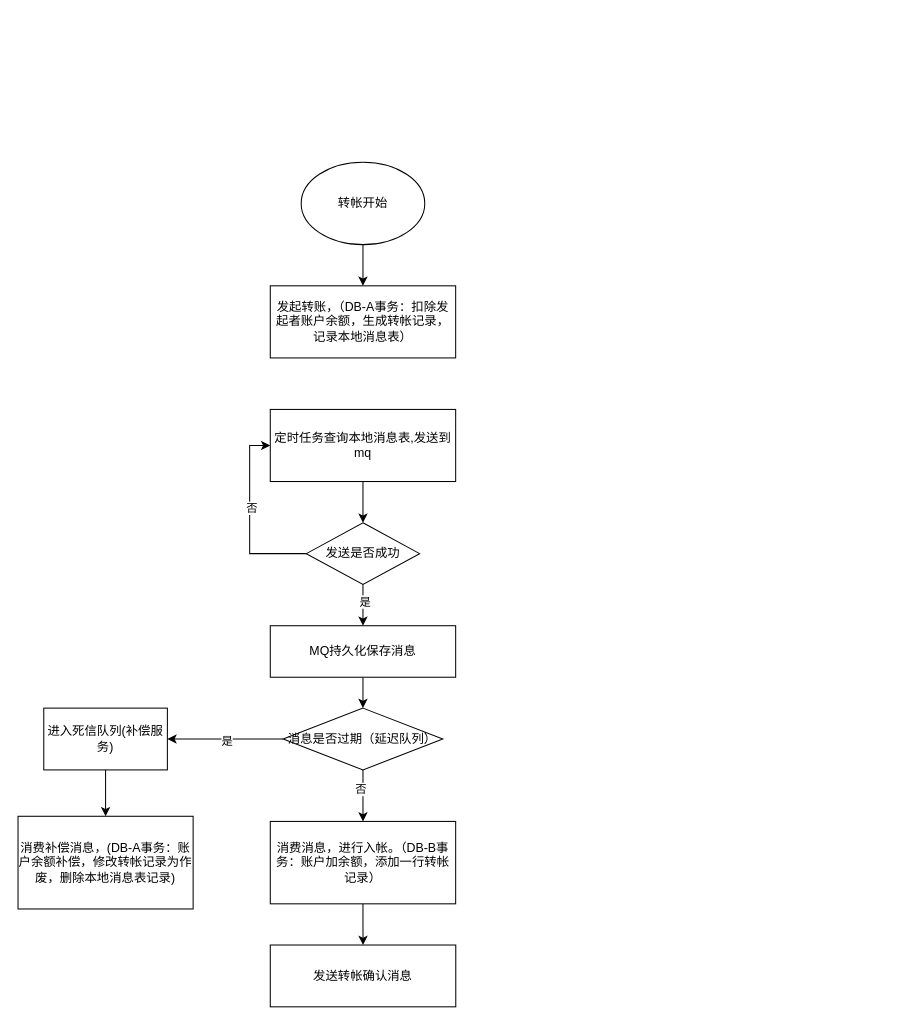
This is transfer-v2-跨数据库.drawio from liepig1223/drawio, a draw.io file, before an edit. Source tidied: cells renumbered, new cells numbered last; positions are measured from the earlier drawing's top-left corner, leaving out a move shared by most shapes. Both pictures are drawn from the tidied source at 103%, with x=0, y=0 at pixel (18, 162).
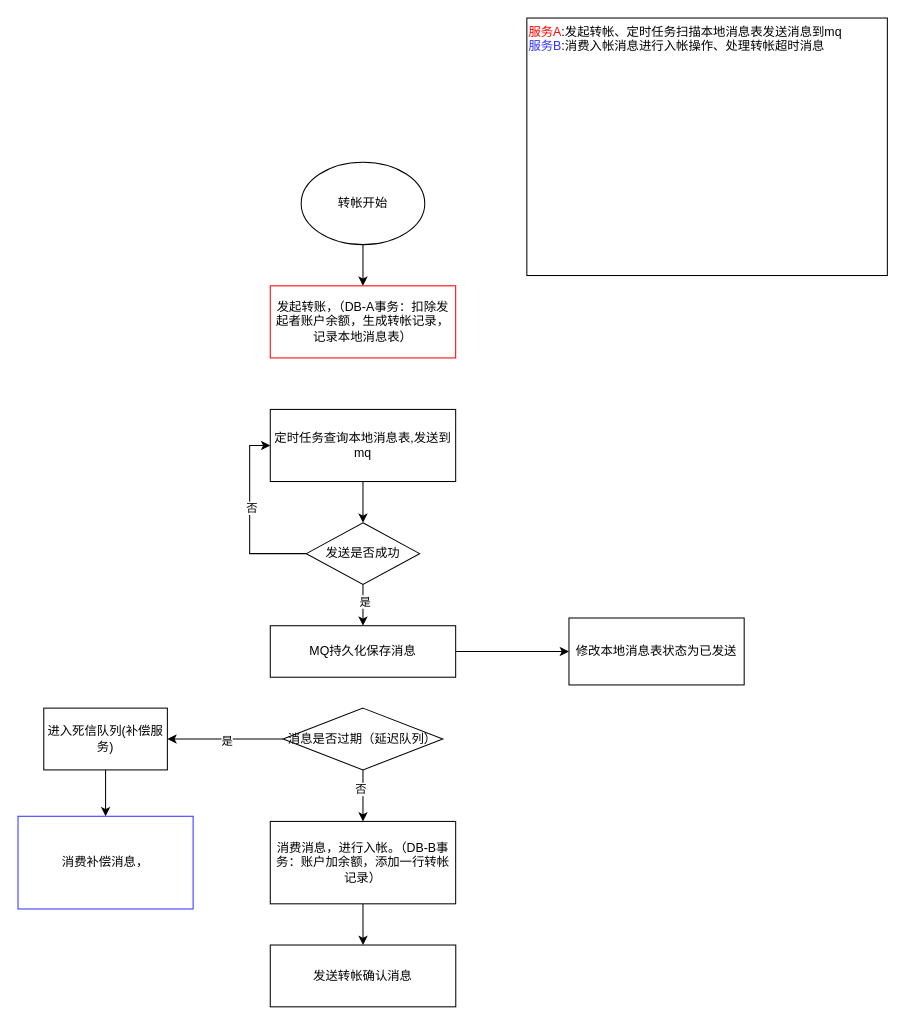
After the change.

Commit message:
更新transfer-v2-跨数据库.drawio

The change refers to these unchanged cells:
```xml
<mxCell id="13" value="MQ持久化保存消息" style="rounded=0;whiteSpace=wrap;html=1;" parent="1" vertex="1">
  <mxGeometry x="244.9" y="450" width="180" height="50" as="geometry" />
</mxCell>
<mxCell id="18" value="消息是否过期（延迟队列）" style="rhombus;whiteSpace=wrap;html=1;" parent="1" vertex="1">
  <mxGeometry x="257.4" y="530" width="155" height="60" as="geometry" />
</mxCell>
```

The edit, as a diff of the source:
```diff
@@
-    <mxCell id="4" value="发起转账，（DB-A事务：扣除发起者账户余额，生成转帐记录，记录本地消息表）" style="rounded=0;whiteSpace=wrap;html=1;" parent="1" vertex="1">
+    <mxCell id="4" value="发起转账，（DB-A事务：扣除发起者账户余额，生成转帐记录，记录本地消息表）" style="rounded=0;whiteSpace=wrap;html=1;strokeColor=#FF0000;" parent="1" vertex="1">
       <mxGeometry x="244.9" y="120" width="180" height="70" as="geometry" />
     </mxCell>
@@
-    <mxCell id="12" style="edgeStyle=orthogonalEdgeStyle;rounded=0;jettySize=auto;html=1;exitX=0.5;exitY=1;exitDx=0;exitDy=0;entryX=0.5;entryY=0;entryDx=0;entryDy=0;" parent="1" edge="1" source="13" target="18">
-      <mxGeometry relative="1" as="geometry" />
-    </mxCell>
+    <mxCell id="25" style="edgeStyle=orthogonalEdgeStyle;rounded=0;jettySize=auto;html=1;" parent="1" edge="1" source="13" target="26">
+      <mxGeometry relative="1" as="geometry" />
+    </mxCell>
@@
-    <mxCell id="24" value="消费补偿消息，(DB-A事务：账户余额补偿，修改转帐记录为作废，删除本地消息表记录)" style="rounded=0;whiteSpace=wrap;html=1;" parent="1" vertex="1">
+    <mxCell id="24" value="消费补偿消息，" style="rounded=0;whiteSpace=wrap;html=1;strokeColor=#3333FF;" parent="1" vertex="1">
       <mxGeometry y="635" width="170" height="90" as="geometry" />
     </mxCell>
+    <mxCell id="26" value="修改本地消息表状态为已发送" style="whiteSpace=wrap;html=1;rounded=0;" parent="1" vertex="1">
+      <mxGeometry x="534.9" y="442.5" width="170.1" height="65" as="geometry" />
+    </mxCell>
+    <mxCell id="27" value="&lt;div&gt;&lt;span style=&quot;color: rgb(255, 0, 0);&quot;&gt;服务A&lt;/span&gt;:发起转帐、定时任务扫描本地消息表发送消息到mq&lt;/div&gt;&lt;div&gt;&lt;span style=&quot;color: rgb(51, 51, 255);&quot;&gt;服务B&lt;/span&gt;:消费入帐消息进行入帐操作、处理转帐超时消息&lt;br&gt;&lt;/div&gt;" style="rounded=0;whiteSpace=wrap;html=1;align=left;verticalAlign=top;" parent="1" vertex="1">
+      <mxGeometry x="494" y="-140" width="350" height="250" as="geometry" />
+    </mxCell>
```
